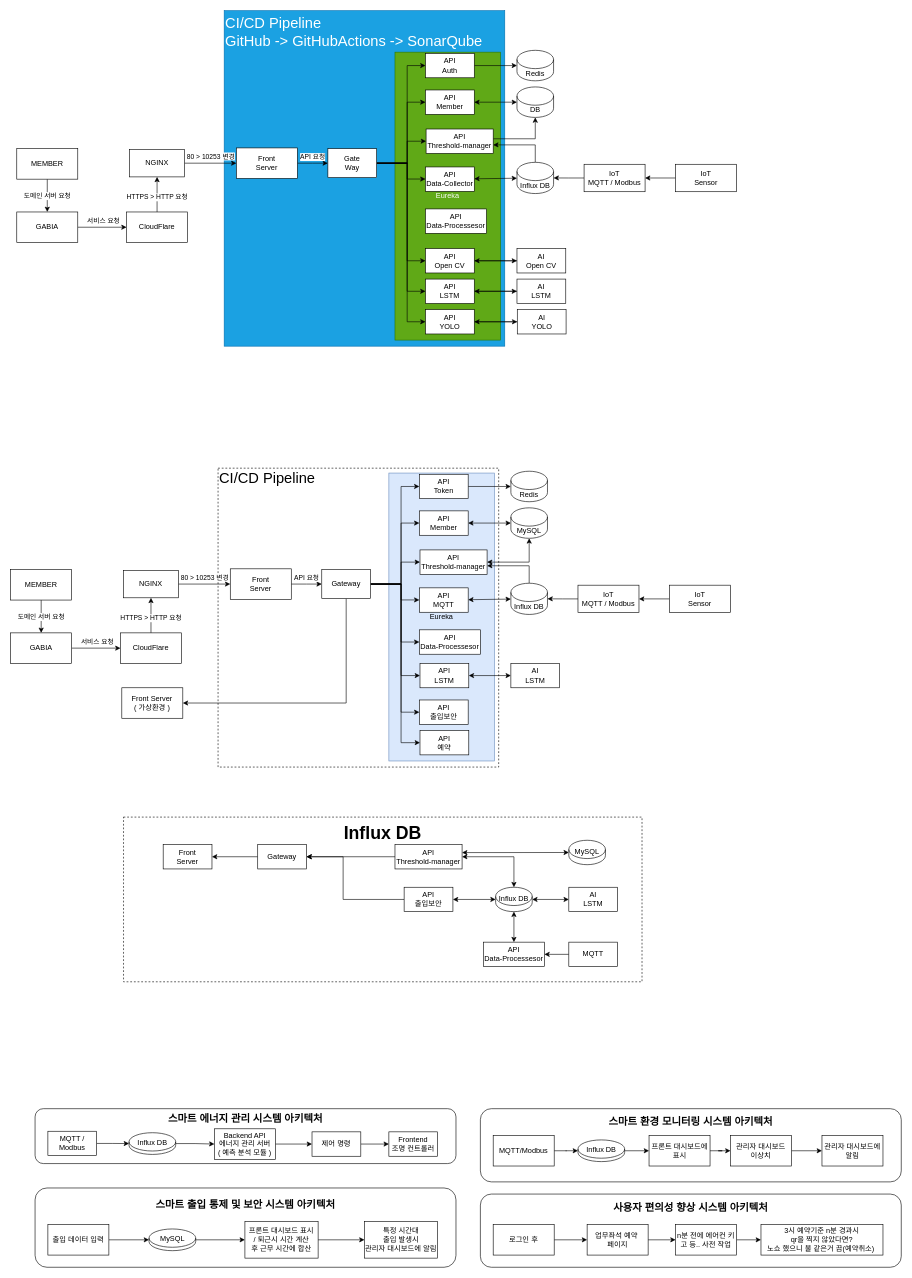
Before: team2-pangyo-coffee-legends.drawio.xml in nhnacademy-aiot2-pangyo-coffee-legends/drawio, a draw.io diagram. Source tidied: cells renumbered, new cells numbered last; positions are measured from the earlier drawing's top-left corner, leaving out a move shared by most shapes. Both pictures are drawn from the tidied source at 61%, with x=0, y=0 at pixel (10, 10).
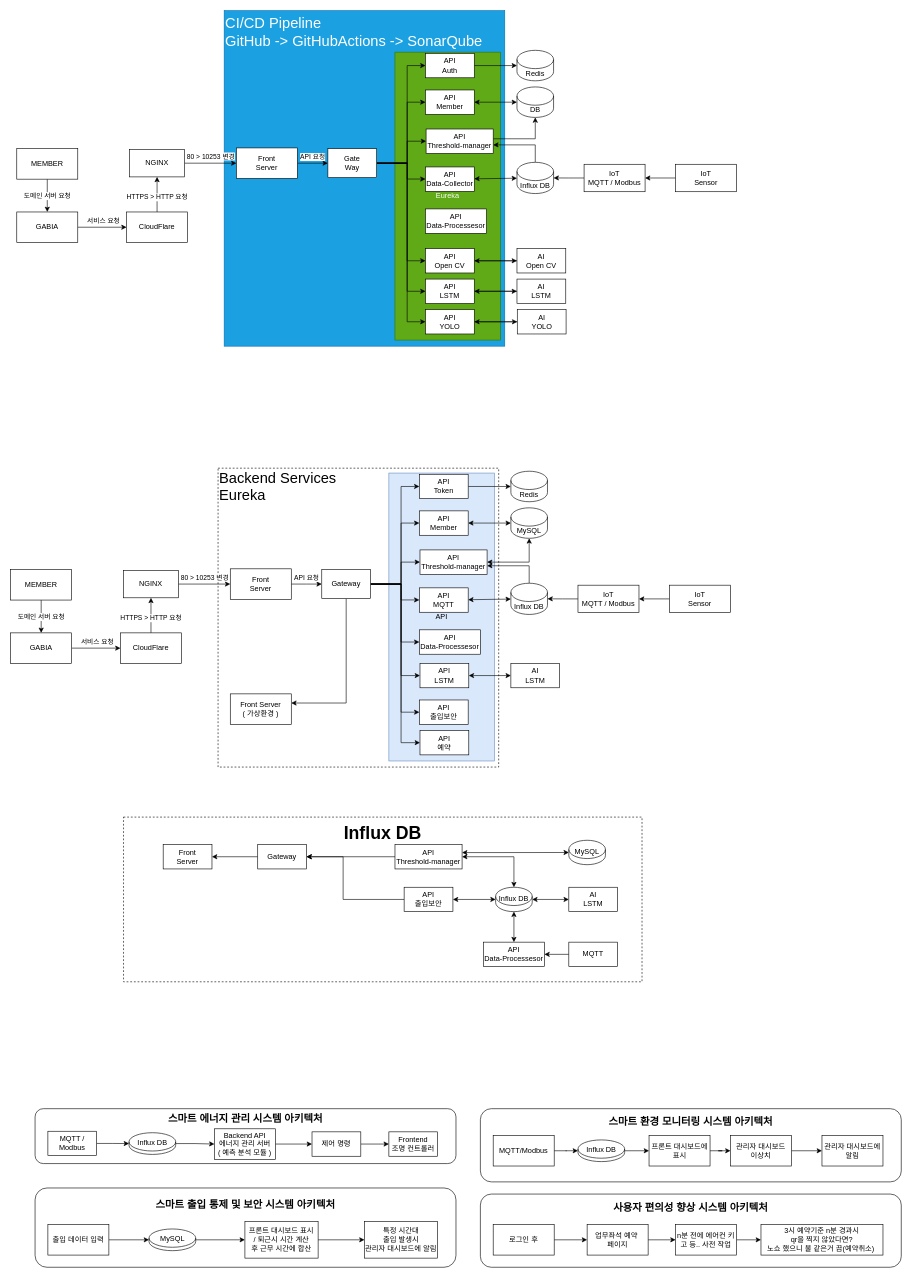
After the change.

Change to the diagram source:
```diff
@@
-    <mxCell id="93" value="&lt;font style=&quot;font-size: 24px;&quot;&gt;CI/CD Pipeline&lt;/font&gt;&lt;div&gt;&lt;span style=&quot;font-size: 24px;&quot;&gt;&lt;br&gt;&lt;/span&gt;&lt;div&gt;&lt;font style=&quot;background-color: light-dark(#ffffff, var(--ge-dark-color, #121212)); font-size: 27px;&quot;&gt;&lt;br&gt;&lt;/font&gt;&lt;/div&gt;&lt;div&gt;&lt;br&gt;&lt;/div&gt;&lt;div&gt;&lt;br&gt;&lt;/div&gt;&lt;div&gt;&lt;br&gt;&lt;/div&gt;&lt;div&gt;&lt;font style=&quot;background-color: light-dark(#ffffff, var(--ge-dark-color, #121212)); font-size: 27px;&quot;&gt;&lt;br&gt;&lt;/font&gt;&lt;/div&gt;&lt;div&gt;&lt;font style=&quot;background-color: light-dark(#ffffff, var(--ge-dark-color, #121212)); font-size: 27px;&quot;&gt;&lt;br&gt;&lt;/font&gt;&lt;/div&gt;&lt;div&gt;&lt;font style=&quot;background-color: light-dark(#ffffff, var(--ge-dark-color, #121212)); font-size: 27px;&quot;&gt;&lt;br&gt;&lt;/font&gt;&lt;/div&gt;&lt;div&gt;&lt;font style=&quot;background-color: light-dark(#ffffff, var(--ge-dark-color, #121212)); font-size: 27px;&quot;&gt;&lt;br&gt;&lt;/font&gt;&lt;/div&gt;&lt;div&gt;&lt;font style=&quot;background-color: light-dark(#ffffff, var(--ge-dark-color, #121212)); font-size: 27px;&quot;&gt;&lt;br&gt;&lt;/font&gt;&lt;/div&gt;&lt;div&gt;&lt;font style=&quot;background-color: light-dark(#ffffff, var(--ge-dark-color, #121212)); font-size: 27px;&quot;&gt;&lt;br&gt;&lt;/font&gt;&lt;/div&gt;&lt;div&gt;&lt;font style=&quot;background-color: light-dark(#ffffff, var(--ge-dark-color, #121212)); font-size: 27px;&quot;&gt;&lt;br&gt;&lt;/font&gt;&lt;/div&gt;&lt;div&gt;&lt;font style=&quot;background-color: light-dark(#ffffff, var(--ge-dark-color, #121212)); font-size: 27px;&quot;&gt;&lt;br&gt;&lt;/font&gt;&lt;/div&gt;&lt;div&gt;&lt;br&gt;&lt;/div&gt;&lt;div&gt;&lt;font style=&quot;background-color: light-dark(#ffffff, var(--ge-dark-color, #121212)); font-size: 27px;&quot;&gt;&lt;br&gt;&lt;/font&gt;&lt;/div&gt;&lt;div&gt;&lt;font style=&quot;background-color: light-dark(#ffffff, var(--ge-dark-color, #121212)); font-size: 27px;&quot;&gt;&lt;br&gt;&lt;/font&gt;&lt;/div&gt;&lt;div&gt;&lt;br&gt;&lt;/div&gt;&lt;/div&gt;" style="rounded=0;whiteSpace=wrap;html=1;align=left;dashed=1;" parent="1" vertex="1">
+    <mxCell id="93" value="&lt;span style=&quot;font-size: 24px;&quot;&gt;Backend Services&lt;/span&gt;&lt;br&gt;&lt;div&gt;&lt;span style=&quot;font-size: 24px;&quot;&gt;Eureka&lt;br&gt;&lt;/span&gt;&lt;div&gt;&lt;font style=&quot;background-color: light-dark(#ffffff, var(--ge-dark-color, #121212)); font-size: 27px;&quot;&gt;&lt;br&gt;&lt;/font&gt;&lt;/div&gt;&lt;div&gt;&lt;br&gt;&lt;/div&gt;&lt;div&gt;&lt;br&gt;&lt;/div&gt;&lt;div&gt;&lt;br&gt;&lt;/div&gt;&lt;div&gt;&lt;font style=&quot;background-color: light-dark(#ffffff, var(--ge-dark-color, #121212)); font-size: 27px;&quot;&gt;&lt;br&gt;&lt;/font&gt;&lt;/div&gt;&lt;div&gt;&lt;font style=&quot;background-color: light-dark(#ffffff, var(--ge-dark-color, #121212)); font-size: 27px;&quot;&gt;&lt;br&gt;&lt;/font&gt;&lt;/div&gt;&lt;div&gt;&lt;font style=&quot;background-color: light-dark(#ffffff, var(--ge-dark-color, #121212)); font-size: 27px;&quot;&gt;&lt;br&gt;&lt;/font&gt;&lt;/div&gt;&lt;div&gt;&lt;font style=&quot;background-color: light-dark(#ffffff, var(--ge-dark-color, #121212)); font-size: 27px;&quot;&gt;&lt;br&gt;&lt;/font&gt;&lt;/div&gt;&lt;div&gt;&lt;font style=&quot;background-color: light-dark(#ffffff, var(--ge-dark-color, #121212)); font-size: 27px;&quot;&gt;&lt;br&gt;&lt;/font&gt;&lt;/div&gt;&lt;div&gt;&lt;font style=&quot;background-color: light-dark(#ffffff, var(--ge-dark-color, #121212)); font-size: 27px;&quot;&gt;&lt;br&gt;&lt;/font&gt;&lt;/div&gt;&lt;div&gt;&lt;font style=&quot;background-color: light-dark(#ffffff, var(--ge-dark-color, #121212)); font-size: 27px;&quot;&gt;&lt;br&gt;&lt;/font&gt;&lt;/div&gt;&lt;div&gt;&lt;font style=&quot;background-color: light-dark(#ffffff, var(--ge-dark-color, #121212)); font-size: 27px;&quot;&gt;&lt;br&gt;&lt;/font&gt;&lt;/div&gt;&lt;div&gt;&lt;br&gt;&lt;/div&gt;&lt;div&gt;&lt;font style=&quot;background-color: light-dark(#ffffff, var(--ge-dark-color, #121212)); font-size: 27px;&quot;&gt;&lt;br&gt;&lt;/font&gt;&lt;/div&gt;&lt;div&gt;&lt;font style=&quot;background-color: light-dark(#ffffff, var(--ge-dark-color, #121212)); font-size: 27px;&quot;&gt;&lt;br&gt;&lt;/font&gt;&lt;/div&gt;&lt;div&gt;&lt;br&gt;&lt;/div&gt;&lt;/div&gt;" style="rounded=0;whiteSpace=wrap;html=1;align=left;dashed=1;" parent="1" vertex="1">
       <mxGeometry x="340" y="750" width="460" height="490" as="geometry" />
     </mxCell>
-    <mxCell id="94" value="Eureka" style="rounded=0;whiteSpace=wrap;html=1;rotation=0;fillColor=#dae8fc;strokeColor=#6c8ebf;" parent="1" vertex="1">
+    <mxCell id="94" value="API" style="rounded=0;whiteSpace=wrap;html=1;rotation=0;fillColor=#dae8fc;strokeColor=#6c8ebf;" parent="1" vertex="1">
       <mxGeometry x="620" y="758" width="173" height="472" as="geometry" />
     </mxCell>
@@
     <mxCell id="142" value="Front Server&lt;div&gt;( 가상환경 )&lt;/div&gt;" style="rounded=0;whiteSpace=wrap;html=1;" parent="1" vertex="1">
-      <mxGeometry x="182.2" y="1110" width="100" height="50" as="geometry" />
+      <mxGeometry x="360" y="1120" width="100" height="50" as="geometry" />
     </mxCell>
```
